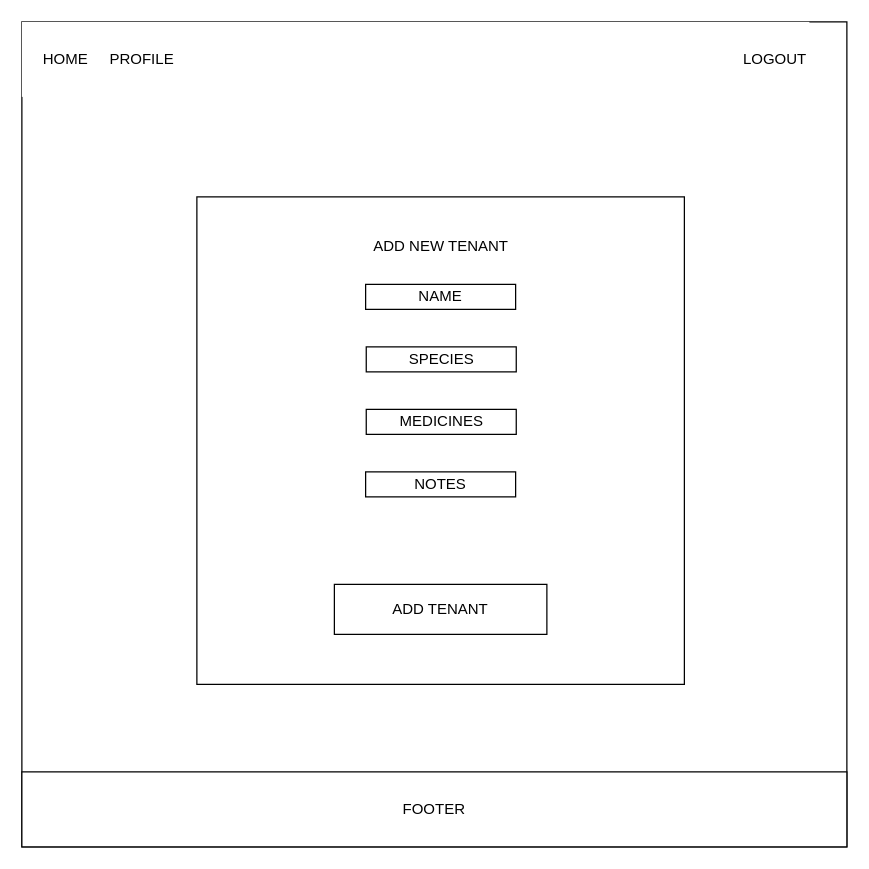
mHaines9219/ShelterHelper keeps this draw.io diagram as wireframes/add-animal.drawio. Above is the earlier version. Source tidied: cells renumbered, new cells numbered last; positions are measured from the earlier drawing's top-left corner, leaving out a move shared by most shapes. Both pictures are drawn from the tidied source at 125%, with x=0, y=0 at pixel (21, 21).
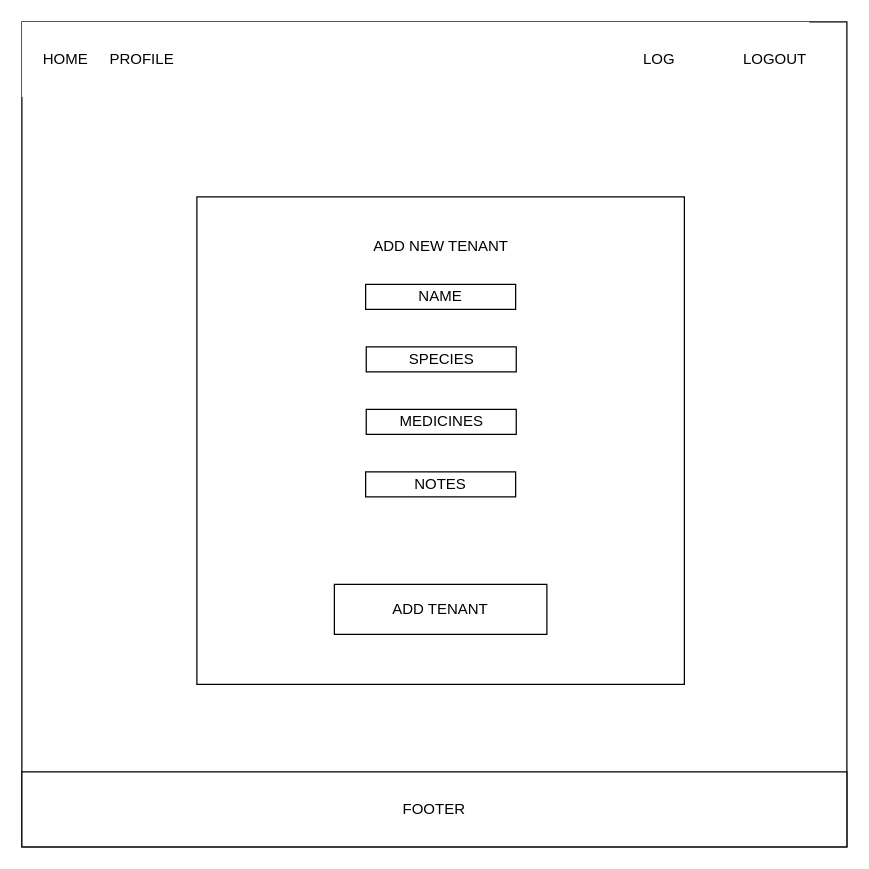
Above is the later version.

Commit message (it also covers changes not shown here):
add log wireframe

What changed in the source:
```diff
@@
 <mxGraphModel>
   <root>
     <mxCell id="0" />
     <mxCell id="1" parent="0" />
     <mxCell id="2" style="whiteSpace=wrap;html=1;" parent="1" vertex="1">
       <mxGeometry width="660" height="660" as="geometry" />
     </mxCell>
-    <mxCell id="3" value="&lt;div style=&quot;&quot;&gt;&lt;span style=&quot;background-color: initial;&quot;&gt;HOME&lt;span style=&quot;white-space: pre;&quot;&gt;&#9;&lt;/span&gt;PROFILE&lt;span style=&quot;white-space: pre;&quot;&gt;&#9;&lt;/span&gt;&lt;span style=&quot;white-space: pre;&quot;&gt;&#9;&lt;/span&gt;&lt;span style=&quot;white-space: pre;&quot;&gt;&#9;&lt;/span&gt;&lt;span style=&quot;white-space: pre;&quot;&gt;&#9;&lt;/span&gt;&lt;span style=&quot;white-space: pre;&quot;&gt;&#9;&lt;/span&gt;&lt;span style=&quot;white-space: pre;&quot;&gt;&#9;&lt;/span&gt;&lt;span style=&quot;white-space: pre;&quot;&gt;&#9;&lt;/span&gt;&lt;span style=&quot;white-space: pre;&quot;&gt;&#9;&lt;/span&gt;&lt;span style=&quot;white-space: pre;&quot;&gt;&#9;&lt;/span&gt;&lt;span style=&quot;white-space: pre;&quot;&gt;&#9;&lt;/span&gt;&lt;span style=&quot;white-space: pre;&quot;&gt;&#9;&lt;/span&gt;&lt;span style=&quot;white-space: pre;&quot;&gt;&#9;&lt;span style=&quot;white-space: pre;&quot;&gt;&#9;&lt;/span&gt;&lt;span style=&quot;white-space: pre;&quot;&gt;&#9;&lt;/span&gt;&lt;span style=&quot;white-space: pre;&quot;&gt;&#9;&lt;/span&gt;&lt;span style=&quot;white-space: pre;&quot;&gt;&#9;&lt;/span&gt;&lt;span style=&quot;white-space: pre;&quot;&gt;&#9;&lt;/span&gt;&lt;span style=&quot;white-space: pre;&quot;&gt;&#9;&lt;/span&gt;&lt;/span&gt;&lt;/span&gt;&lt;span style=&quot;background-color: initial;&quot;&gt;LOGOUT&lt;/span&gt;&lt;/div&gt;" style="rounded=0;whiteSpace=wrap;html=1;align=right;strokeColor=none;" parent="1" vertex="1">
+    <mxCell id="3" value="&lt;div style=&quot;&quot;&gt;&lt;span style=&quot;background-color: initial;&quot;&gt;HOME&lt;span style=&quot;white-space: pre;&quot;&gt;&#9;&lt;/span&gt;PROFILE&lt;span style=&quot;white-space: pre;&quot;&gt;&#9;&lt;/span&gt;&lt;span style=&quot;white-space: pre;&quot;&gt;&#9;&lt;/span&gt;&lt;span style=&quot;white-space: pre;&quot;&gt;&#9;&lt;/span&gt;&lt;span style=&quot;white-space: pre;&quot;&gt;&#9;&lt;/span&gt;&lt;span style=&quot;white-space: pre;&quot;&gt;&#9;&lt;/span&gt;&lt;span style=&quot;white-space: pre;&quot;&gt;&#9;&lt;/span&gt;&lt;span style=&quot;white-space: pre;&quot;&gt;&#9;&lt;/span&gt;&lt;span style=&quot;white-space: pre;&quot;&gt;&#9;&lt;/span&gt;&lt;span style=&quot;white-space: pre;&quot;&gt;&#9;&lt;/span&gt;&lt;span style=&quot;white-space: pre;&quot;&gt;&#9;&lt;/span&gt;&lt;span style=&quot;white-space: pre;&quot;&gt;&#9;&lt;/span&gt;&lt;span style=&quot;white-space: pre;&quot;&gt;&#9;&lt;span style=&quot;white-space: pre;&quot;&gt;&#9;&lt;/span&gt;&lt;span style=&quot;white-space: pre;&quot;&gt;&#9;&lt;/span&gt;&lt;span style=&quot;white-space: pre;&quot;&gt;&#9;&lt;/span&gt;L&lt;/span&gt;OG&lt;span style=&quot;white-space: pre;&quot;&gt;&#9;&lt;/span&gt;&lt;span style=&quot;white-space: pre;&quot;&gt;&#9;&lt;/span&gt;&lt;/span&gt;&lt;span style=&quot;background-color: initial;&quot;&gt;LOGOUT&lt;/span&gt;&lt;/div&gt;" style="rounded=0;whiteSpace=wrap;html=1;align=right;strokeColor=none;" parent="1" vertex="1">
       <mxGeometry width="630" height="60" as="geometry" />
     </mxCell>
     <mxCell id="4" value="FOOTER" style="rounded=0;whiteSpace=wrap;html=1;" parent="1" vertex="1">
       <mxGeometry y="600" width="660" height="60" as="geometry" />
     </mxCell>
     <mxCell id="5" style="whiteSpace=wrap;html=1;" parent="1" vertex="1">
       <mxGeometry x="140" y="140" width="390" height="390" as="geometry" />
     </mxCell>
     <mxCell id="6" value="ADD NEW TENANT" style="rounded=1;whiteSpace=wrap;html=1;fillColor=none;strokeColor=none;" parent="1" vertex="1">
       <mxGeometry x="183" y="150" width="305" height="60" as="geometry" />
     </mxCell>
     <mxCell id="7" value="ADD TENANT" style="rounded=0;whiteSpace=wrap;html=1;fillColor=none;" parent="1" vertex="1">
       <mxGeometry x="250" y="450" width="170" height="40" as="geometry" />
     </mxCell>
     <mxCell id="8" value="NAME" style="rounded=0;whiteSpace=wrap;html=1;" parent="1" vertex="1">
       <mxGeometry x="275" y="210" width="120" height="20" as="geometry" />
     </mxCell>
     <mxCell id="9" value="SPECIES" style="rounded=0;whiteSpace=wrap;html=1;" parent="1" vertex="1">
       <mxGeometry x="275.5" y="260" width="120" height="20" as="geometry" />
     </mxCell>
     <mxCell id="10" value="MEDICINES" style="rounded=0;whiteSpace=wrap;html=1;" parent="1" vertex="1">
       <mxGeometry x="275.5" y="310" width="120" height="20" as="geometry" />
     </mxCell>
     <mxCell id="11" value="NOTES" style="rounded=0;whiteSpace=wrap;html=1;" parent="1" vertex="1">
       <mxGeometry x="275" y="360" width="120" height="20" as="geometry" />
     </mxCell>
   </root>
 </mxGraphModel>
```
